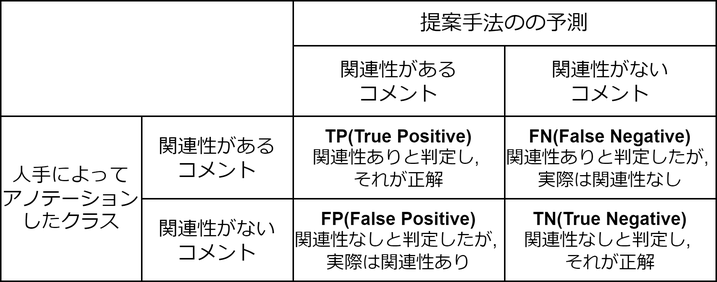
Above: 修論/images/提案手法のconfusion.drawio.png in dora937nishikori/investigation (draw.io), before the change. Source tidied: cells renumbered, new cells last; positions are measured from the earlier drawing's top-left corner, leaving out a move shared by most shapes. Source of this version:
```xml
<mxGraphModel>
  <root>
    <mxCell id="0" />
    <mxCell id="1" parent="0" />
    <mxCell id="2" style="shape=table;startSize=0;" parent="1" vertex="1">
      <mxGeometry width="477" height="187" as="geometry" />
    </mxCell>
    <mxCell id="3" style="shape=tableRow;horizontal=0;startSize=0;swimlaneHead=0;swimlaneBody=0;top=0;left=0;bottom=0;right=0;fillColor=none;" parent="2" vertex="1">
      <mxGeometry width="477" height="30" as="geometry" />
    </mxCell>
    <mxCell id="4" style="shape=partialRectangle;html=1;whiteSpace=wrap;overflow=hidden;fillColor=none;top=0;left=0;bottom=0;right=0;colspan=2;rowspan=2;" parent="3" vertex="1">
      <mxGeometry width="195" height="77" as="geometry" />
    </mxCell>
    <mxCell id="5" value="&lt;font style=&quot;font-size: 14px;&quot;&gt;提案手法のの予測&lt;/font&gt;" style="shape=partialRectangle;html=1;whiteSpace=wrap;overflow=hidden;fillColor=none;top=0;left=0;bottom=0;right=0;colspan=2;fontSize=13;" parent="3" vertex="1">
      <mxGeometry x="195" width="282" height="30" as="geometry" />
    </mxCell>
    <mxCell id="6" style="shape=tableRow;horizontal=0;startSize=0;swimlaneHead=0;swimlaneBody=0;top=0;left=0;bottom=0;right=0;fillColor=none;" parent="2" vertex="1">
      <mxGeometry y="30" width="477" height="47" as="geometry" />
    </mxCell>
    <mxCell id="7" value="&lt;font style=&quot;font-size: 13px;&quot;&gt;関連性がある&lt;br style=&quot;font-size: 13px;&quot;&gt;コメント&lt;/font&gt;" style="shape=partialRectangle;html=1;whiteSpace=wrap;overflow=hidden;fillColor=none;top=0;left=0;bottom=0;right=0;fontSize=13;" parent="6" vertex="1">
      <mxGeometry x="195" width="141" height="47" as="geometry" />
    </mxCell>
    <mxCell id="8" value="関連性がない&lt;br style=&quot;font-size: 13px;&quot;&gt;コメント" style="shape=partialRectangle;html=1;whiteSpace=wrap;overflow=hidden;fillColor=none;top=0;left=0;bottom=0;right=0;fontSize=13;" parent="6" vertex="1">
      <mxGeometry x="336" width="141" height="47" as="geometry" />
    </mxCell>
    <mxCell id="9" style="shape=tableRow;horizontal=0;startSize=0;swimlaneHead=0;swimlaneBody=0;top=0;left=0;bottom=0;right=0;fillColor=none;" parent="2" vertex="1">
      <mxGeometry y="77" width="477" height="55" as="geometry" />
    </mxCell>
    <mxCell id="10" value="人手によって&lt;br&gt;アノテーションしたクラス" style="shape=partialRectangle;html=1;whiteSpace=wrap;overflow=hidden;fillColor=none;top=0;left=0;bottom=0;right=0;rowspan=2;fontSize=13;" parent="9" vertex="1">
      <mxGeometry width="94" height="110" as="geometry" />
    </mxCell>
    <mxCell id="11" value="関連性がある&lt;br&gt;コメント" style="shape=partialRectangle;html=1;whiteSpace=wrap;overflow=hidden;fillColor=none;top=0;left=0;bottom=0;right=0;fontSize=13;" parent="9" vertex="1">
      <mxGeometry x="94" width="101" height="55" as="geometry" />
    </mxCell>
    <mxCell id="12" value="&lt;b&gt;TP(True Positive)&lt;/b&gt;&lt;br&gt;関連性ありと判定し,&amp;nbsp;&lt;br&gt;それが正解" style="shape=partialRectangle;html=1;whiteSpace=wrap;overflow=hidden;fillColor=none;top=0;left=0;bottom=0;right=0;" parent="9" vertex="1">
      <mxGeometry x="195" width="141" height="55" as="geometry" />
    </mxCell>
    <mxCell id="13" value="&lt;b&gt;FN(False Negative)&lt;/b&gt;&lt;br&gt;関連性ありと判定したが,&amp;nbsp;&lt;br&gt;実際は関連性なし" style="shape=partialRectangle;html=1;whiteSpace=wrap;overflow=hidden;fillColor=none;top=0;left=0;bottom=0;right=0;" parent="9" vertex="1">
      <mxGeometry x="336" width="141" height="55" as="geometry" />
    </mxCell>
    <mxCell id="14" style="shape=tableRow;horizontal=0;startSize=0;swimlaneHead=0;swimlaneBody=0;top=0;left=0;bottom=0;right=0;fillColor=none;" parent="2" vertex="1">
      <mxGeometry y="132" width="477" height="55" as="geometry" />
    </mxCell>
    <mxCell id="15" value="関連性がない&lt;br&gt;コメント" style="shape=partialRectangle;html=1;whiteSpace=wrap;overflow=hidden;fillColor=none;top=0;left=0;bottom=0;right=0;fontSize=13;" parent="14" vertex="1">
      <mxGeometry x="94" width="101" height="55" as="geometry" />
    </mxCell>
    <mxCell id="16" value="&lt;b&gt;FP(False Positive)&lt;/b&gt;&lt;br&gt;関連性なしと判定したが,&amp;nbsp;&lt;br&gt;実際は関連性あり" style="shape=partialRectangle;html=1;whiteSpace=wrap;overflow=hidden;fillColor=none;top=0;left=0;bottom=0;right=0;" parent="14" vertex="1">
      <mxGeometry x="195" width="141" height="55" as="geometry" />
    </mxCell>
    <mxCell id="17" value="&lt;b&gt;TN(True Negative)&lt;/b&gt;&lt;br style=&quot;font-size: 12px;&quot;&gt;関連性なしと判定し,&amp;nbsp;&lt;br style=&quot;font-size: 12px;&quot;&gt;それが正解" style="shape=partialRectangle;html=1;whiteSpace=wrap;overflow=hidden;fillColor=none;top=0;left=0;bottom=0;right=0;fontSize=12;" parent="14" vertex="1">
      <mxGeometry x="336" width="141" height="55" as="geometry" />
    </mxCell>
  </root>
</mxGraphModel>
```
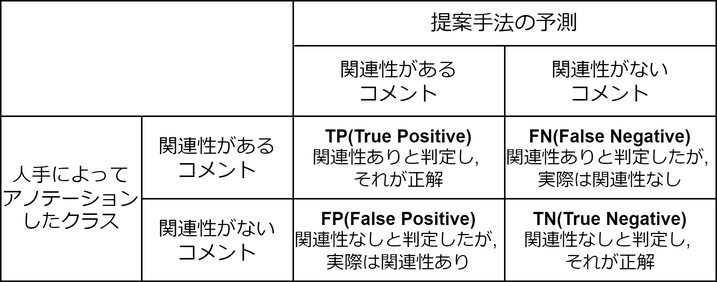
Later version of the same file.

What changed in the source:
```diff
@@ -11,7 +11,7 @@
     <mxCell id="4" style="shape=partialRectangle;html=1;whiteSpace=wrap;overflow=hidden;fillColor=none;top=0;left=0;bottom=0;right=0;colspan=2;rowspan=2;" parent="3" vertex="1">
       <mxGeometry width="195" height="77" as="geometry" />
     </mxCell>
-    <mxCell id="5" value="&lt;font style=&quot;font-size: 14px;&quot;&gt;提案手法のの予測&lt;/font&gt;" style="shape=partialRectangle;html=1;whiteSpace=wrap;overflow=hidden;fillColor=none;top=0;left=0;bottom=0;right=0;colspan=2;fontSize=13;" parent="3" vertex="1">
+    <mxCell id="5" value="&lt;font style=&quot;font-size: 14px;&quot;&gt;提案手法の予測&lt;/font&gt;" style="shape=partialRectangle;html=1;whiteSpace=wrap;overflow=hidden;fillColor=none;top=0;left=0;bottom=0;right=0;colspan=2;fontSize=13;" parent="3" vertex="1">
       <mxGeometry x="195" width="282" height="30" as="geometry" />
     </mxCell>
     <mxCell id="6" style="shape=tableRow;horizontal=0;startSize=0;swimlaneHead=0;swimlaneBody=0;top=0;left=0;bottom=0;right=0;fillColor=none;" parent="2" vertex="1">
```
